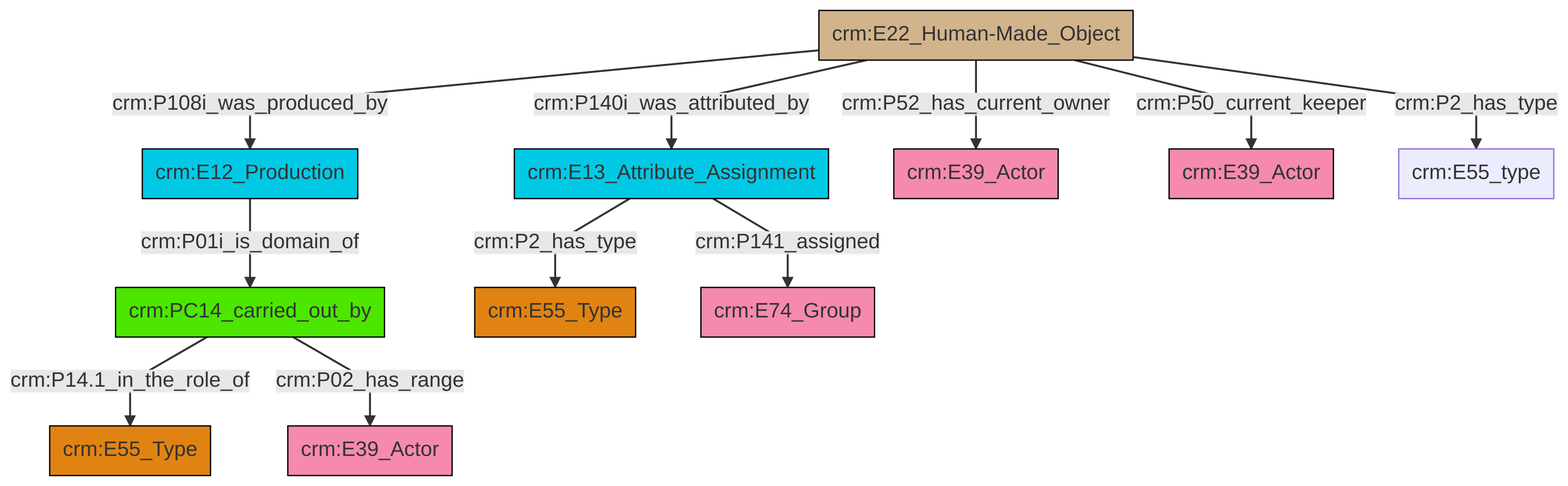
The Mermaid diagram et/artworkCSV/ttl/mmd/png/Artwork_Actor_Relations.png in swiss-art-research-net/reference-data-models, before a commit. Its source is kept beside it as et/artworkCSV/ttl/mmd/Artwork_Actor_Relations.ttl.mmd.
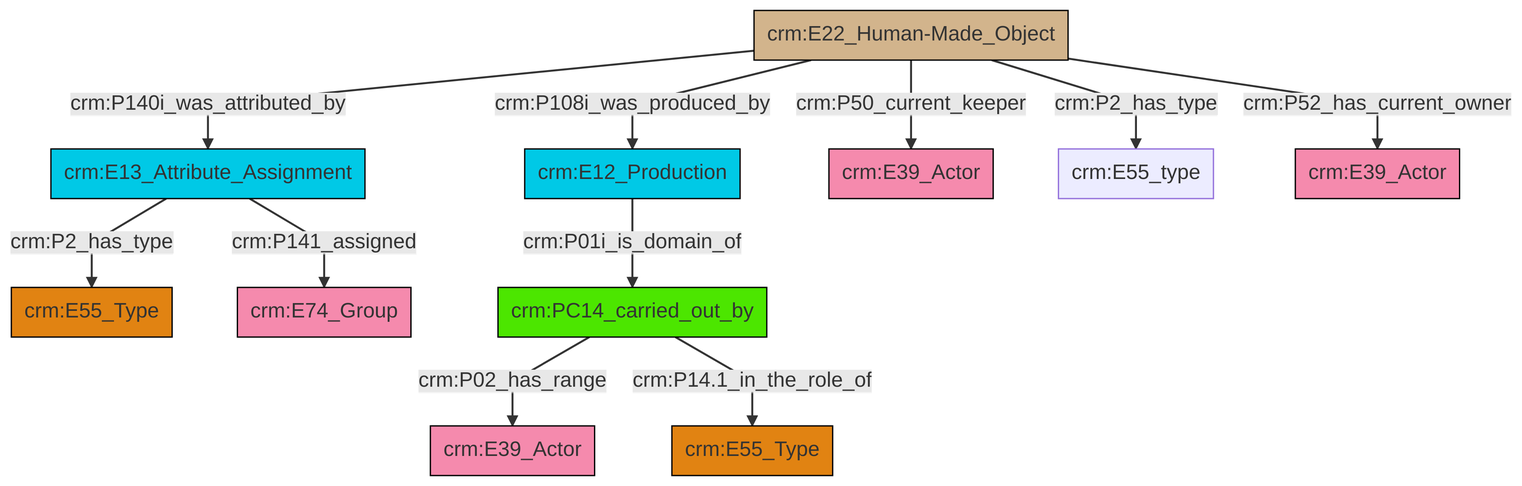
Above is the later version.

The edit, as a diff of the source:
```diff
@@ -13,13 +13,13 @@
 classDef PC_Classes fill:#4ce600, stroke:#000000;
 classDef Multi fill:#cccccc,stroke:#000000;
 
-2["crm:E22_Human-Made_Object"]:::Physical_Thing -->|crm:P108i_was_produced_by| 3["crm:E12_Production"]:::Temporal_Entity
-2["crm:E22_Human-Made_Object"]:::Physical_Thing -->|crm:P140i_was_attributed_by| 4["crm:E13_Attribute_Assignment"]:::Temporal_Entity
-2["crm:E22_Human-Made_Object"]:::Physical_Thing -->|crm:P52_has_current_owner| 7["crm:E39_Actor"]:::Actor
-2["crm:E22_Human-Made_Object"]:::Physical_Thing -->|crm:P50_current_keeper| 0["crm:E39_Actor"]:::Actor
-4["crm:E13_Attribute_Assignment"]:::Temporal_Entity -->|crm:P2_has_type| 13["crm:E55_Type"]:::Type
-2["crm:E22_Human-Made_Object"]:::Physical_Thing -->|crm:P2_has_type| 11["crm:E55_type"]:::Default
-17["crm:PC14_carried_out_by"]:::PC_Classes -->|crm:P14.1_in_the_role_of| 15["crm:E55_Type"]:::Type
-4["crm:E13_Attribute_Assignment"]:::Temporal_Entity -->|crm:P141_assigned| 19["crm:E74_Group"]:::Actor
-17["crm:PC14_carried_out_by"]:::PC_Classes -->|crm:P02_has_range| 8["crm:E39_Actor"]:::Actor
-3["crm:E12_Production"]:::Temporal_Entity -->|crm:P01i_is_domain_of| 17["crm:PC14_carried_out_by"]:::PC_Classes
+4["crm:E12_Production"]:::Temporal_Entity -->|crm:P01i_is_domain_of| 6["crm:PC14_carried_out_by"]:::PC_Classes
+6["crm:PC14_carried_out_by"]:::PC_Classes -->|crm:P02_has_range| 7["crm:E39_Actor"]:::Actor
+8["crm:E22_Human-Made_Object"]:::Physical_Thing -->|crm:P140i_was_attributed_by| 9["crm:E13_Attribute_Assignment"]:::Temporal_Entity
+6["crm:PC14_carried_out_by"]:::PC_Classes -->|crm:P14.1_in_the_role_of| 10["crm:E55_Type"]:::Type
+8["crm:E22_Human-Made_Object"]:::Physical_Thing -->|crm:P50_current_keeper| 12["crm:E39_Actor"]:::Actor
+9["crm:E13_Attribute_Assignment"]:::Temporal_Entity -->|crm:P2_has_type| 0["crm:E55_Type"]:::Type
+9["crm:E13_Attribute_Assignment"]:::Temporal_Entity -->|crm:P141_assigned| 2["crm:E74_Group"]:::Actor
+8["crm:E22_Human-Made_Object"]:::Physical_Thing -->|crm:P108i_was_produced_by| 4["crm:E12_Production"]:::Temporal_Entity
+8["crm:E22_Human-Made_Object"]:::Physical_Thing -->|crm:P2_has_type| 15["crm:E55_type"]:::Default
+8["crm:E22_Human-Made_Object"]:::Physical_Thing -->|crm:P52_has_current_owner| 19["crm:E39_Actor"]:::Actor
```
